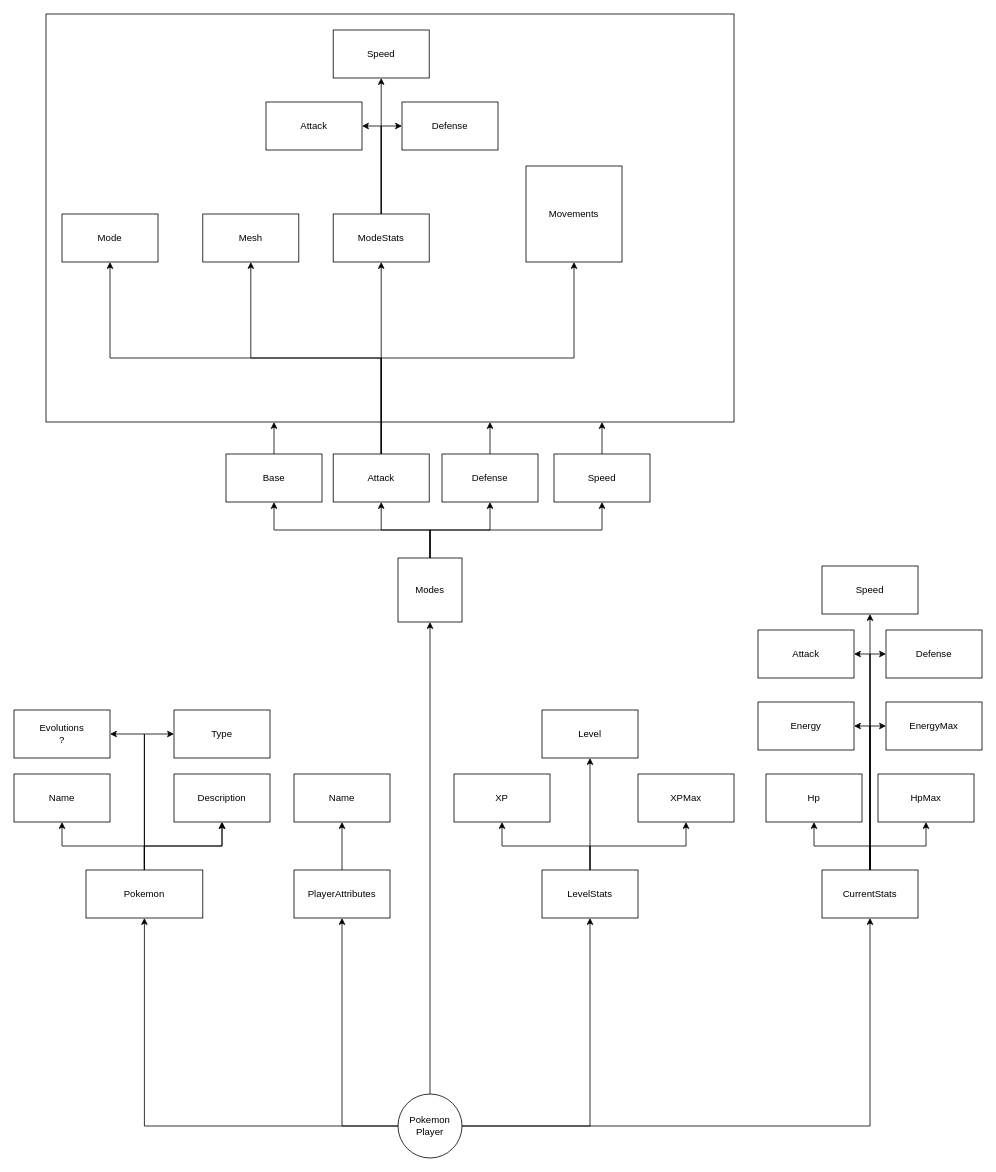
This is Concepts/PokemonPlayer.drawio from Atholn/PokeWars, a draw.io file, before an edit. Source tidied: cells renumbered, new cells numbered last; positions are measured from the earlier drawing's top-left corner, leaving out a move shared by most shapes. Both pictures are drawn from the tidied source at 80%, with x=0, y=0 at pixel (14, 14).
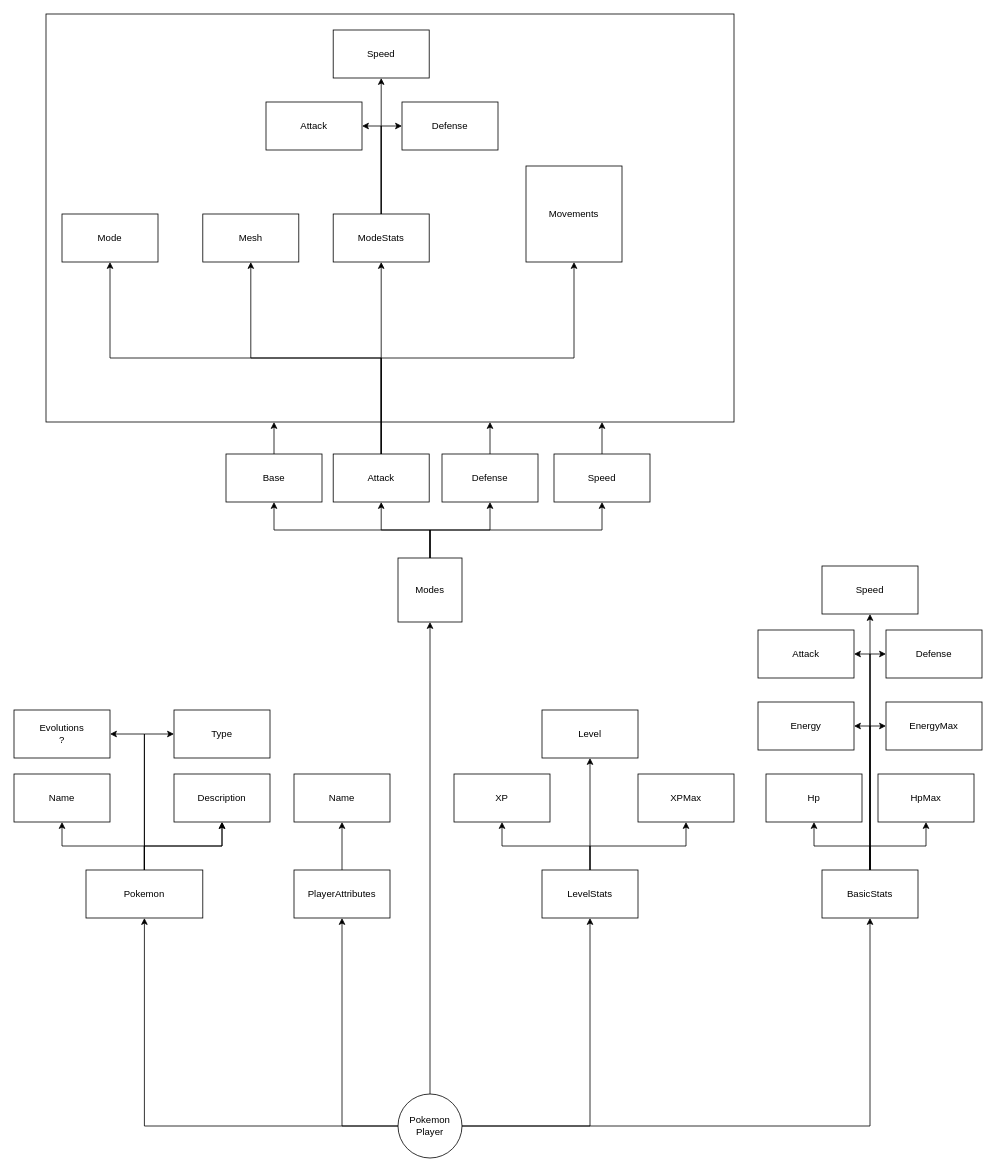
The same page after the edit.

Commit message (it also covers changes not shown here):
#19 Add basic stats

Change to the diagram source:
```diff
@@
-    <mxCell id="38" value="&lt;div&gt;CurrentStats&lt;/div&gt;" style="rounded=0;whiteSpace=wrap;html=1;" parent="1" vertex="1">
+    <mxCell id="38" value="&lt;div&gt;BasicStats&lt;/div&gt;" style="rounded=0;whiteSpace=wrap;html=1;" parent="1" vertex="1">
       <mxGeometry x="1010" y="1070" width="120" height="60" as="geometry" />
     </mxCell>
```
